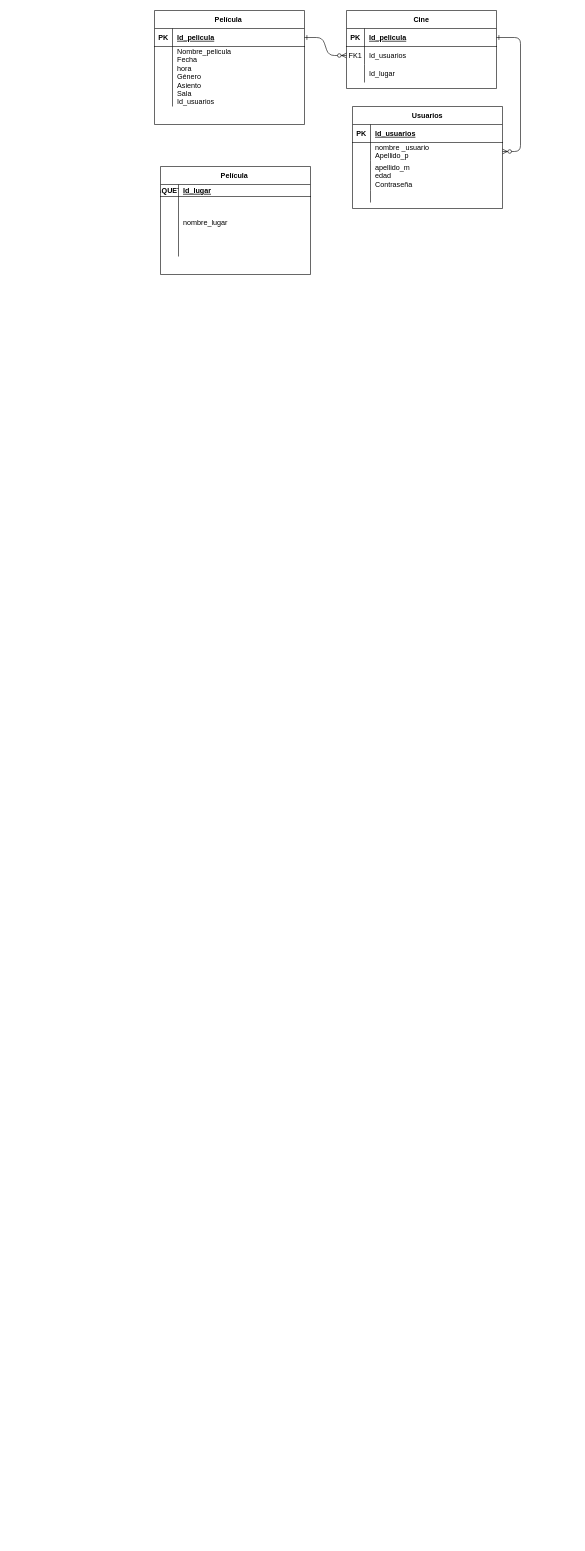
The draw.io diagram examen.drawio in lezlytolentino/BD-abilitytalk, before the edit. Source tidied: cells renumbered, new cells numbered last; positions are measured from the earlier drawing's top-left corner, leaving out a move shared by most shapes. Both pictures are drawn from the tidied source at 60%, with x=0, y=0 at pixel (154, 10).
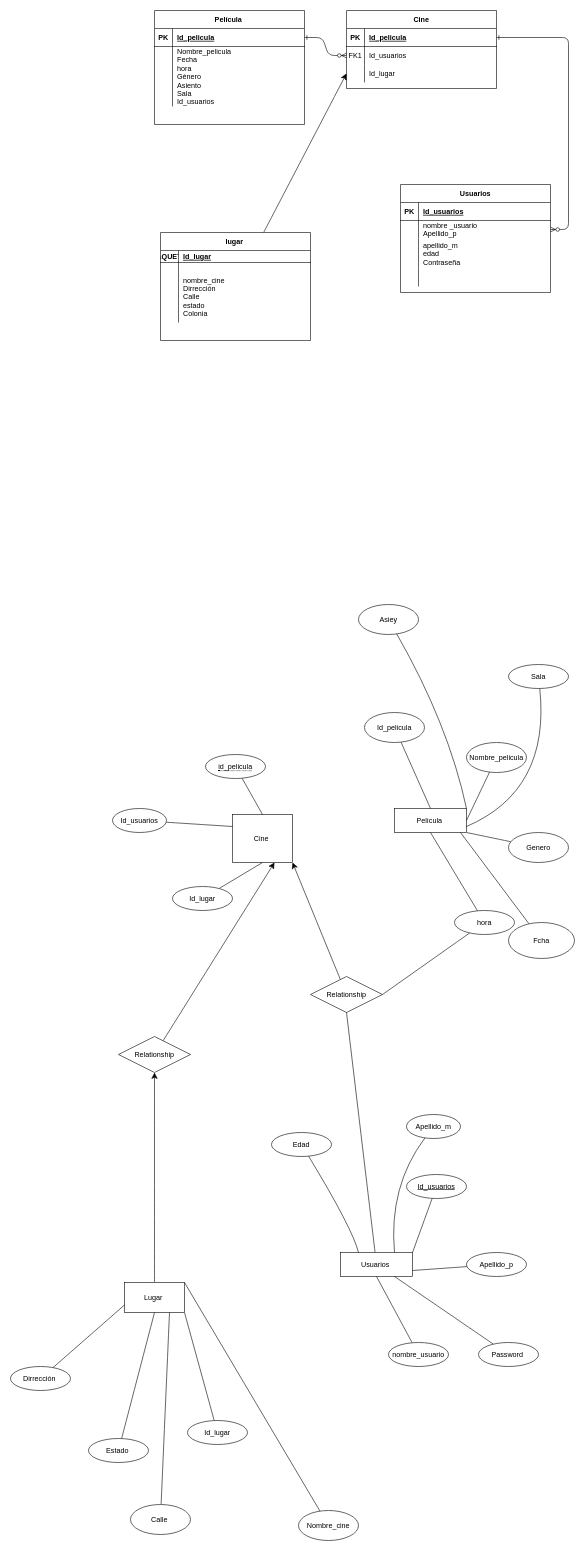
The same diagram, later.

Unchanged cells that the change refers to:
```xml
<mxCell id="11" style="shape=partialRectangle;fillColor=none;points=[[0,0.5],[1,0.5]];portConstraint=eastwest;top=0;left=0;right=0;bottom=0;" parent="4" vertex="1">
  <mxGeometry y="90" width="250" height="30" as="geometry" />
</mxCell>
<mxCell id="38" style="shape=partialRectangle;fillColor=none;top=0;left=0;right=0;bottom=0;" parent="34" vertex="1">
  <mxGeometry y="50" width="250" height="100" as="geometry" />
</mxCell>
```

What changed in the source:
```diff
@@
     <mxCell id="21" value="Usuarios" style="shape=table;startSize=30;childLayout=tableLayout;rowLines=0;fontStyle=1;align=center;" parent="1" vertex="1">
-      <mxGeometry x="330" y="160" width="250" height="170" as="geometry" />
+      <mxGeometry x="410" y="290" width="250" height="180" as="geometry" />
     </mxCell>
@@
     <mxCell id="31" style="shape=partialRectangle;fillColor=none;top=0;left=0;right=0;bottom=0;" parent="21" vertex="1">
-      <mxGeometry y="140" width="250" height="20" as="geometry" />
+      <mxGeometry y="140" width="250" height="30" as="geometry" />
     </mxCell>
     <mxCell id="32" style="shape=partialRectangle;overflow=hidden;fillColor=none;top=0;left=0;bottom=0;right=0;" parent="31" vertex="1">
-      <mxGeometry width="30" height="20" as="geometry" />
+      <mxGeometry width="30" height="30" as="geometry" />
     </mxCell>
     <mxCell id="33" style="shape=partialRectangle;overflow=hidden;fillColor=none;top=0;left=0;bottom=0;right=0;align=left;spacingLeft=6;" parent="31" vertex="1">
-      <mxGeometry x="30" width="220" height="20" as="geometry" />
+      <mxGeometry x="30" width="220" height="30" as="geometry" />
     </mxCell>
+    <mxCell id="41" style="edgeStyle=none;curved=1;rounded=0;jettySize=auto;html=1;entryX=0;entryY=0.5;entryDx=0;entryDy=0;fontSize=12;startSize=8;endSize=8;endArrow=classic;endFill=1;" parent="1" edge="1" source="34" target="11">
+      <mxGeometry relative="1" as="geometry" />
+    </mxCell>
-    <mxCell id="34" value="Película " style="shape=table;startSize=30;childLayout=tableLayout;rowLines=0;fontStyle=1;align=center;" parent="1" vertex="1">
-      <mxGeometry x="10" y="260" width="250" height="180" as="geometry" />
+    <mxCell id="34" value="lugar " style="shape=table;startSize=30;childLayout=tableLayout;rowLines=0;fontStyle=1;align=center;" parent="1" vertex="1">
+      <mxGeometry x="10" y="370" width="250" height="180" as="geometry" />
     </mxCell>
@@
-    <mxCell id="40" value="nombre_lugar &#10;" style="shape=partialRectangle;overflow=hidden;fillColor=none;top=0;left=0;bottom=0;right=0;align=left;spacingLeft=6;" parent="38" vertex="1">
+    <mxCell id="40" value="&#10;nombre_cine&#10;Dirrección &#10;Calle&#10;estado&#10;Colonia " style="shape=partialRectangle;overflow=hidden;fillColor=none;top=0;left=0;bottom=0;right=0;align=left;spacingLeft=6;" parent="38" vertex="1">
       <mxGeometry x="30" width="220" height="100" as="geometry" />
     </mxCell>
+    <mxCell id="42" value="Cine&amp;nbsp;" style="whiteSpace=wrap;html=1;align=center;" parent="1" vertex="1">
+      <mxGeometry x="130" y="1340" width="100" height="80" as="geometry" />
+    </mxCell>
+    <mxCell id="43" style="edgeStyle=none;curved=1;rounded=0;jettySize=auto;html=1;entryX=0.5;entryY=0;entryDx=0;entryDy=0;fontSize=12;startSize=8;endSize=8;endArrow=none;endFill=0;" parent="1" edge="1" source="44" target="42">
+      <mxGeometry relative="1" as="geometry" />
+    </mxCell>
+    <mxCell id="44" value="&lt;span style=&quot;border-bottom: 1px dotted&quot;&gt;id_pelicula&lt;/span&gt;" style="ellipse;whiteSpace=wrap;html=1;align=center;" parent="1" vertex="1">
+      <mxGeometry x="85" y="1240" width="100" height="40" as="geometry" />
+    </mxCell>
+    <mxCell id="45" style="edgeStyle=none;curved=1;rounded=0;jettySize=auto;html=1;entryX=0;entryY=0.25;entryDx=0;entryDy=0;fontSize=12;startSize=8;endSize=8;endArrow=none;endFill=0;" parent="1" edge="1" source="46" target="42">
+      <mxGeometry relative="1" as="geometry" />
+    </mxCell>
+    <mxCell id="46" value="Id_usuarios" style="ellipse;whiteSpace=wrap;html=1;align=center;" parent="1" vertex="1">
+      <mxGeometry x="-70" y="1330" width="90" height="40" as="geometry" />
+    </mxCell>
+    <mxCell id="47" style="edgeStyle=none;curved=1;rounded=0;jettySize=auto;html=1;entryX=0.5;entryY=1;entryDx=0;entryDy=0;fontSize=12;startSize=8;endSize=8;endArrow=none;endFill=0;" parent="1" edge="1" source="48" target="42">
+      <mxGeometry relative="1" as="geometry" />
+    </mxCell>
+    <mxCell id="48" value="Id_lugar" style="ellipse;whiteSpace=wrap;html=1;align=center;" parent="1" vertex="1">
+      <mxGeometry x="30" y="1460" width="100" height="40" as="geometry" />
+    </mxCell>
+    <mxCell id="49" style="edgeStyle=none;curved=1;rounded=0;jettySize=auto;html=1;entryX=1;entryY=1;entryDx=0;entryDy=0;fontSize=12;startSize=8;endSize=8;" parent="1" edge="1" source="50" target="42">
+      <mxGeometry relative="1" as="geometry" />
+    </mxCell>
+    <mxCell id="50" value="Relationship" style="shape=rhombus;perimeter=rhombusPerimeter;whiteSpace=wrap;html=1;align=center;" parent="1" vertex="1">
+      <mxGeometry x="260" y="1610" width="120" height="60" as="geometry" />
+    </mxCell>
+    <mxCell id="51" value="Película&amp;nbsp;" style="whiteSpace=wrap;html=1;align=center;" parent="1" vertex="1">
+      <mxGeometry x="400" y="1330" width="120" height="40" as="geometry" />
+    </mxCell>
+    <mxCell id="52" style="edgeStyle=none;curved=1;rounded=0;jettySize=auto;html=1;entryX=0.5;entryY=0;entryDx=0;entryDy=0;fontSize=12;startSize=8;endSize=8;endArrow=none;endFill=0;" parent="1" edge="1" source="53" target="51">
+      <mxGeometry relative="1" as="geometry" />
+    </mxCell>
+    <mxCell id="53" value="Id_pelicula" style="ellipse;whiteSpace=wrap;html=1;align=center;" parent="1" vertex="1">
+      <mxGeometry x="350" y="1170" width="100" height="50" as="geometry" />
+    </mxCell>
+    <mxCell id="54" style="edgeStyle=none;curved=1;rounded=0;jettySize=auto;html=1;fontSize=12;startSize=8;endSize=8;endArrow=none;endFill=0;" parent="1" edge="1" source="55">
+      <mxGeometry relative="1" as="geometry">
+        <mxPoint x="520" y="1350" as="targetPoint" />
+      </mxGeometry>
+    </mxCell>
+    <mxCell id="55" value="Nombre_pelicula" style="ellipse;whiteSpace=wrap;html=1;align=center;" parent="1" vertex="1">
+      <mxGeometry x="520" y="1220" width="100" height="50" as="geometry" />
+    </mxCell>
+    <mxCell id="56" style="edgeStyle=none;curved=1;rounded=0;jettySize=auto;html=1;entryX=1;entryY=1;entryDx=0;entryDy=0;fontSize=12;startSize=8;endSize=8;endArrow=none;endFill=0;" parent="1" edge="1" source="57" target="51">
+      <mxGeometry relative="1" as="geometry" />
+    </mxCell>
+    <mxCell id="57" value="Genero" style="ellipse;whiteSpace=wrap;html=1;align=center;" parent="1" vertex="1">
+      <mxGeometry x="590" y="1370" width="100" height="50" as="geometry" />
+    </mxCell>
+    <mxCell id="58" style="edgeStyle=none;curved=1;rounded=0;jettySize=auto;html=1;entryX=0.5;entryY=1;entryDx=0;entryDy=0;fontSize=12;startSize=8;endSize=8;endArrow=none;endFill=0;" parent="1" edge="1" source="60" target="51">
+      <mxGeometry relative="1" as="geometry" />
+    </mxCell>
+    <mxCell id="59" style="edgeStyle=none;curved=1;rounded=0;jettySize=auto;html=1;entryX=1;entryY=0.5;entryDx=0;entryDy=0;fontSize=12;startSize=8;endSize=8;endArrow=none;endFill=0;" parent="1" edge="1" source="60" target="50">
+      <mxGeometry relative="1" as="geometry" />
+    </mxCell>
+    <mxCell id="60" value="hora" style="ellipse;whiteSpace=wrap;html=1;align=center;" parent="1" vertex="1">
+      <mxGeometry x="500" y="1500" width="100" height="40" as="geometry" />
+    </mxCell>
+    <mxCell id="61" style="edgeStyle=none;curved=1;rounded=0;jettySize=auto;html=1;fontSize=12;startSize=8;endSize=8;endArrow=none;endFill=0;" parent="1" edge="1" source="62">
+      <mxGeometry relative="1" as="geometry">
+        <mxPoint x="510" y="1370" as="targetPoint" />
+      </mxGeometry>
+    </mxCell>
+    <mxCell id="62" value="Fcha" style="ellipse;whiteSpace=wrap;html=1;align=center;" parent="1" vertex="1">
+      <mxGeometry x="590" y="1520" width="110" height="60" as="geometry" />
+    </mxCell>
+    <mxCell id="63" style="edgeStyle=none;curved=1;rounded=0;jettySize=auto;html=1;fontSize=12;startSize=8;endSize=8;endArrow=none;endFill=0;" parent="1" edge="1" source="64">
+      <mxGeometry relative="1" as="geometry">
+        <mxPoint x="520" y="1360" as="targetPoint" />
+        <Array as="points">
+          <mxPoint x="660" y="1300" />
+        </Array>
+      </mxGeometry>
+    </mxCell>
+    <mxCell id="64" value="Sala" style="ellipse;whiteSpace=wrap;html=1;align=center;" parent="1" vertex="1">
+      <mxGeometry x="590" y="1090" width="100" height="40" as="geometry" />
+    </mxCell>
+    <mxCell id="65" style="edgeStyle=none;curved=1;rounded=0;jettySize=auto;html=1;entryX=1;entryY=0;entryDx=0;entryDy=0;fontSize=12;startSize=8;endSize=8;endArrow=none;endFill=0;" parent="1" edge="1" source="66" target="51">
+      <mxGeometry relative="1" as="geometry">
+        <Array as="points">
+          <mxPoint x="490" y="1190" />
+        </Array>
+      </mxGeometry>
+    </mxCell>
+    <mxCell id="66" value="Asiey" style="ellipse;whiteSpace=wrap;html=1;align=center;" parent="1" vertex="1">
+      <mxGeometry x="340" y="990" width="100" height="50" as="geometry" />
+    </mxCell>
+    <mxCell id="67" style="edgeStyle=none;curved=1;rounded=0;jettySize=auto;html=1;entryX=0.5;entryY=1;entryDx=0;entryDy=0;fontSize=12;startSize=8;endSize=8;endArrow=none;endFill=0;" parent="1" edge="1" source="68" target="50">
+      <mxGeometry relative="1" as="geometry" />
+    </mxCell>
+    <mxCell id="68" value="Usuarios&amp;nbsp;" style="whiteSpace=wrap;html=1;align=center;" parent="1" vertex="1">
+      <mxGeometry x="310" y="2070" width="120" height="40" as="geometry" />
+    </mxCell>
+    <mxCell id="69" style="edgeStyle=none;curved=1;rounded=0;jettySize=auto;html=1;entryX=1;entryY=0;entryDx=0;entryDy=0;fontSize=12;startSize=8;endSize=8;endArrow=none;endFill=0;" parent="1" edge="1" source="70" target="68">
+      <mxGeometry relative="1" as="geometry" />
+    </mxCell>
+    <mxCell id="70" value="Id_usuarios" style="ellipse;whiteSpace=wrap;html=1;align=center;fontStyle=4;" parent="1" vertex="1">
+      <mxGeometry x="420" y="1940" width="100" height="40" as="geometry" />
+    </mxCell>
+    <mxCell id="71" style="edgeStyle=none;curved=1;rounded=0;jettySize=auto;html=1;fontSize=12;startSize=8;endSize=8;entryX=0.5;entryY=1;entryDx=0;entryDy=0;endArrow=none;endFill=0;" parent="1" edge="1" source="72" target="68">
+      <mxGeometry relative="1" as="geometry" />
+    </mxCell>
+    <mxCell id="72" value="nombre_usuario" style="ellipse;whiteSpace=wrap;html=1;align=center;" parent="1" vertex="1">
+      <mxGeometry x="390" y="2220" width="100" height="40" as="geometry" />
+    </mxCell>
+    <mxCell id="73" style="edgeStyle=none;curved=1;rounded=0;jettySize=auto;html=1;entryX=0.25;entryY=0;entryDx=0;entryDy=0;fontSize=12;startSize=8;endSize=8;endArrow=none;endFill=0;" parent="1" edge="1" source="74" target="68">
+      <mxGeometry relative="1" as="geometry">
+        <Array as="points">
+          <mxPoint x="330" y="2030" />
+        </Array>
+      </mxGeometry>
+    </mxCell>
+    <mxCell id="74" value="Edad" style="ellipse;whiteSpace=wrap;html=1;align=center;" parent="1" vertex="1">
+      <mxGeometry x="195" y="1870" width="100" height="40" as="geometry" />
+    </mxCell>
+    <mxCell id="75" style="edgeStyle=none;curved=1;rounded=0;jettySize=auto;html=1;fontSize=12;startSize=8;endSize=8;entryX=0.75;entryY=0;entryDx=0;entryDy=0;endArrow=none;endFill=0;" parent="1" edge="1" source="76" target="68">
+      <mxGeometry relative="1" as="geometry">
+        <Array as="points">
+          <mxPoint x="390" y="1960" />
+        </Array>
+      </mxGeometry>
+    </mxCell>
+    <mxCell id="76" value="Apellido_m" style="ellipse;whiteSpace=wrap;html=1;align=center;" parent="1" vertex="1">
+      <mxGeometry x="420" y="1840" width="90" height="40" as="geometry" />
+    </mxCell>
+    <mxCell id="77" style="edgeStyle=none;curved=1;rounded=0;jettySize=auto;html=1;entryX=1;entryY=0.75;entryDx=0;entryDy=0;fontSize=12;startSize=8;endSize=8;endArrow=none;endFill=0;" parent="1" edge="1" source="78" target="68">
+      <mxGeometry relative="1" as="geometry" />
+    </mxCell>
+    <mxCell id="78" value="Apellido_p" style="ellipse;whiteSpace=wrap;html=1;align=center;" parent="1" vertex="1">
+      <mxGeometry x="520" y="2070" width="100" height="40" as="geometry" />
+    </mxCell>
+    <mxCell id="79" style="edgeStyle=none;curved=1;rounded=0;jettySize=auto;html=1;entryX=0.75;entryY=1;entryDx=0;entryDy=0;fontSize=12;startSize=8;endSize=8;endArrow=none;endFill=0;" parent="1" edge="1" source="80" target="68">
+      <mxGeometry relative="1" as="geometry" />
+    </mxCell>
+    <mxCell id="80" value="Password&amp;nbsp;" style="ellipse;whiteSpace=wrap;html=1;align=center;" parent="1" vertex="1">
+      <mxGeometry x="540" y="2220" width="100" height="40" as="geometry" />
+    </mxCell>
+    <mxCell id="81" style="edgeStyle=none;curved=1;rounded=0;jettySize=auto;html=1;fontSize=12;startSize=8;endSize=8;" parent="1" edge="1" source="82">
+      <mxGeometry relative="1" as="geometry">
+        <mxPoint x="200" y="1420" as="targetPoint" />
+      </mxGeometry>
+    </mxCell>
+    <mxCell id="82" value="Relationship" style="shape=rhombus;perimeter=rhombusPerimeter;whiteSpace=wrap;html=1;align=center;" parent="1" vertex="1">
+      <mxGeometry x="-60" y="1710" width="120" height="60" as="geometry" />
+    </mxCell>
+    <mxCell id="83" style="edgeStyle=none;curved=1;rounded=0;jettySize=auto;html=1;fontSize=12;startSize=8;endSize=8;entryX=0.5;entryY=1;entryDx=0;entryDy=0;" parent="1" edge="1" source="84" target="82">
+      <mxGeometry relative="1" as="geometry" />
+    </mxCell>
+    <mxCell id="84" value="Lugar&amp;nbsp;" style="whiteSpace=wrap;html=1;align=center;" parent="1" vertex="1">
+      <mxGeometry x="-50" y="2120" width="100" height="50" as="geometry" />
+    </mxCell>
+    <mxCell id="85" style="edgeStyle=none;curved=1;rounded=0;jettySize=auto;html=1;fontSize=12;startSize=8;endSize=8;entryX=0.75;entryY=1;entryDx=0;entryDy=0;endArrow=none;endFill=0;" parent="1" edge="1" source="86" target="84">
+      <mxGeometry relative="1" as="geometry" />
+    </mxCell>
+    <mxCell id="86" value="Calle&amp;nbsp;" style="ellipse;whiteSpace=wrap;html=1;align=center;" parent="1" vertex="1">
+      <mxGeometry x="-40" y="2490" width="100" height="50" as="geometry" />
+    </mxCell>
+    <mxCell id="87" style="edgeStyle=none;curved=1;rounded=0;jettySize=auto;html=1;fontSize=12;startSize=8;endSize=8;entryX=1;entryY=1;entryDx=0;entryDy=0;endArrow=none;endFill=0;" parent="1" edge="1" source="88" target="84">
+      <mxGeometry relative="1" as="geometry" />
+    </mxCell>
+    <mxCell id="88" value="Id_lugar" style="ellipse;whiteSpace=wrap;html=1;align=center;" parent="1" vertex="1">
+      <mxGeometry x="55" y="2350" width="100" height="40" as="geometry" />
+    </mxCell>
+    <mxCell id="89" style="edgeStyle=none;curved=1;rounded=0;jettySize=auto;html=1;fontSize=12;startSize=8;endSize=8;entryX=1;entryY=0;entryDx=0;entryDy=0;endArrow=none;endFill=0;" parent="1" edge="1" source="90" target="84">
+      <mxGeometry relative="1" as="geometry" />
+    </mxCell>
+    <mxCell id="90" value="Nombre_cine" style="ellipse;whiteSpace=wrap;html=1;align=center;" parent="1" vertex="1">
+      <mxGeometry x="240" y="2500" width="100" height="50" as="geometry" />
+    </mxCell>
+    <mxCell id="91" style="edgeStyle=none;curved=1;rounded=0;jettySize=auto;html=1;entryX=0;entryY=0.75;entryDx=0;entryDy=0;fontSize=12;startSize=8;endSize=8;endArrow=none;endFill=0;" parent="1" edge="1" source="92" target="84">
+      <mxGeometry relative="1" as="geometry" />
+    </mxCell>
+    <mxCell id="92" value="Dirrección&amp;nbsp;" style="ellipse;whiteSpace=wrap;html=1;align=center;" parent="1" vertex="1">
+      <mxGeometry x="-240" y="2260" width="100" height="40" as="geometry" />
+    </mxCell>
+    <mxCell id="93" style="edgeStyle=none;curved=1;rounded=0;jettySize=auto;html=1;entryX=0.5;entryY=1;entryDx=0;entryDy=0;fontSize=12;startSize=8;endSize=8;endArrow=none;endFill=0;" parent="1" edge="1" source="94" target="84">
+      <mxGeometry relative="1" as="geometry" />
+    </mxCell>
+    <mxCell id="94" value="Estado&amp;nbsp;" style="ellipse;whiteSpace=wrap;html=1;align=center;" parent="1" vertex="1">
+      <mxGeometry x="-110" y="2380" width="100" height="40" as="geometry" />
+    </mxCell>
```
